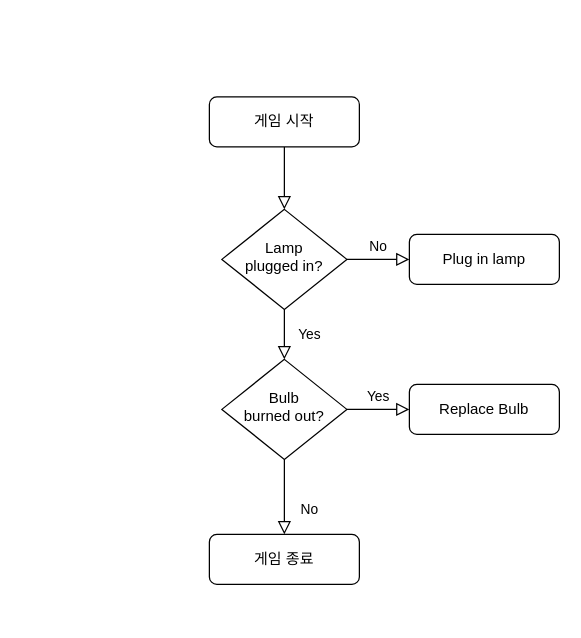
madongchan/HighC_TeamProj keeps this draw.io diagram as 텍스트 게임 플로우 차트.drawio. Above is the earlier version. Source tidied: cells renumbered, new cells numbered last; positions are measured from the earlier drawing's top-left corner, leaving out a move shared by most shapes. Both pictures are drawn from the tidied source at 125%, with x=0, y=0 at pixel (209, 96).
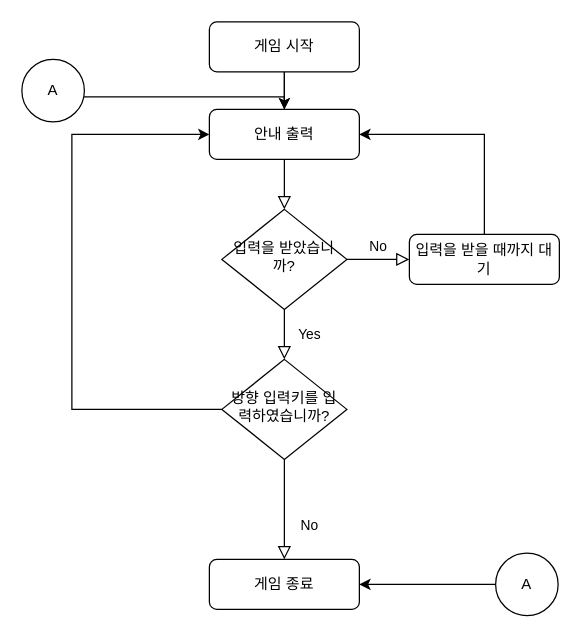
The same page after the edit.

Change to the diagram source:
```diff
@@
+    <mxCell id="13" style="edgeStyle=orthogonalEdgeStyle;rounded=0;jettySize=auto;html=1;exitX=0.5;exitY=1;exitDx=0;exitDy=0;entryX=0.5;entryY=0;entryDx=0;entryDy=0;" parent="1" edge="1" source="3" target="16">
+      <mxGeometry relative="1" as="geometry" />
+    </mxCell>
     <mxCell id="3" value="게임 시작" style="rounded=1;whiteSpace=wrap;html=1;fontSize=12;glass=0;strokeWidth=1;shadow=0;" parent="1" vertex="1">
-      <mxGeometry width="120" height="40" as="geometry" />
+      <mxGeometry y="-60" width="120" height="40" as="geometry" />
     </mxCell>
@@
-    <mxCell id="6" value="Lamp&lt;br&gt;plugged in?" style="rhombus;whiteSpace=wrap;html=1;shadow=0;fontFamily=Helvetica;fontSize=12;align=center;strokeWidth=1;spacing=6;spacingTop=-4;" parent="1" vertex="1">
+    <mxCell id="6" value="입력을 받았습니까?" style="rhombus;whiteSpace=wrap;html=1;shadow=0;fontFamily=Helvetica;fontSize=12;align=center;strokeWidth=1;spacing=6;spacingTop=-4;" parent="1" vertex="1">
       <mxGeometry x="10" y="90" width="100" height="80" as="geometry" />
     </mxCell>
+    <mxCell id="14" style="edgeStyle=orthogonalEdgeStyle;rounded=0;jettySize=auto;html=1;exitX=0.5;exitY=0;exitDx=0;exitDy=0;entryX=1;entryY=0.5;entryDx=0;entryDy=0;" parent="1" edge="1" source="7" target="16">
+      <mxGeometry relative="1" as="geometry" />
+    </mxCell>
-    <mxCell id="7" value="Plug in lamp" style="rounded=1;whiteSpace=wrap;html=1;fontSize=12;glass=0;strokeWidth=1;shadow=0;" parent="1" vertex="1">
+    <mxCell id="7" value="입력을 받을 때까지 대기" style="rounded=1;whiteSpace=wrap;html=1;fontSize=12;glass=0;strokeWidth=1;shadow=0;" parent="1" vertex="1">
       <mxGeometry x="160" y="110" width="120" height="40" as="geometry" />
     </mxCell>
@@
-    <mxCell id="9" value="Yes" style="edgeStyle=orthogonalEdgeStyle;rounded=0;html=1;jettySize=auto;fontSize=11;endArrow=block;endFill=0;endSize=8;strokeWidth=1;shadow=0;labelBackgroundColor=none;" parent="1" edge="1" source="10" target="12">
-      <mxGeometry y="10" relative="1" as="geometry" />
-    </mxCell>
+    <mxCell id="15" style="edgeStyle=orthogonalEdgeStyle;rounded=0;jettySize=auto;html=1;entryX=0;entryY=0.5;entryDx=0;entryDy=0;" parent="1" edge="1" source="10" target="16">
+      <mxGeometry relative="1" as="geometry">
+        <Array as="points">
+          <mxPoint x="-110" y="250" />
+          <mxPoint x="-110" y="30" />
+        </Array>
+      </mxGeometry>
+    </mxCell>
-    <mxCell id="10" value="Bulb&lt;br&gt;burned out?" style="rhombus;whiteSpace=wrap;html=1;shadow=0;fontFamily=Helvetica;fontSize=12;align=center;strokeWidth=1;spacing=6;spacingTop=-4;" parent="1" vertex="1">
+    <mxCell id="10" value="방향 입력키를 입력하였습니까?" style="rhombus;whiteSpace=wrap;html=1;shadow=0;fontFamily=Helvetica;fontSize=12;align=center;strokeWidth=1;spacing=6;spacingTop=-4;" parent="1" vertex="1">
       <mxGeometry x="10" y="210" width="100" height="80" as="geometry" />
     </mxCell>
     <mxCell id="11" value="게임 종료" style="rounded=1;whiteSpace=wrap;html=1;fontSize=12;glass=0;strokeWidth=1;shadow=0;" parent="1" vertex="1">
-      <mxGeometry y="350" width="120" height="40" as="geometry" />
+      <mxGeometry y="370" width="120" height="40" as="geometry" />
     </mxCell>
-    <mxCell id="12" value="Replace Bulb" style="rounded=1;whiteSpace=wrap;html=1;fontSize=12;glass=0;strokeWidth=1;shadow=0;" parent="1" vertex="1">
-      <mxGeometry x="160" y="230" width="120" height="40" as="geometry" />
-    </mxCell>
+    <mxCell id="16" value="안내 출력" style="rounded=1;whiteSpace=wrap;html=1;fontSize=12;glass=0;strokeWidth=1;shadow=0;" parent="1" vertex="1">
+      <mxGeometry y="10" width="120" height="40" as="geometry" />
+    </mxCell>
+    <mxCell id="17" style="edgeStyle=orthogonalEdgeStyle;rounded=0;jettySize=auto;html=1;entryX=1;entryY=0.5;entryDx=0;entryDy=0;" parent="1" edge="1" source="18" target="11">
+      <mxGeometry relative="1" as="geometry" />
+    </mxCell>
+    <mxCell id="18" value="A" style="ellipse;whiteSpace=wrap;html=1;" parent="1" vertex="1">
+      <mxGeometry x="229" y="365" width="50" height="50" as="geometry" />
+    </mxCell>
+    <mxCell id="19" style="edgeStyle=orthogonalEdgeStyle;rounded=0;jettySize=auto;html=1;" parent="1" edge="1" source="20" target="16">
+      <mxGeometry relative="1" as="geometry">
+        <Array as="points">
+          <mxPoint x="60" />
+        </Array>
+      </mxGeometry>
+    </mxCell>
+    <mxCell id="20" value="A" style="ellipse;whiteSpace=wrap;html=1;" parent="1" vertex="1">
+      <mxGeometry x="-150" y="-30" width="50" height="50" as="geometry" />
+    </mxCell>
```
